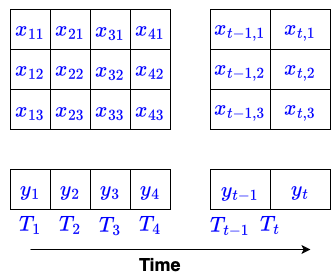
Before: DS/time_series/img/Time_series_1.png, a diagram exported from draw.io (lin-chen-DLA/lin-chen-DLA.github.io). Source tidied: cells renumbered, new cells last; positions are measured from the earlier drawing's top-left corner, leaving out a move shared by most shapes. Its diagram source:
```xml
<mxGraphModel math="1">
  <root>
    <mxCell id="0" />
    <mxCell id="1" parent="0" />
    <mxCell id="2" value="&lt;b style=&quot;caret-color: rgb(0, 0, 255); color: rgb(0, 0, 255); font-size: 18px;&quot;&gt;$$x_{11}$$&lt;/b&gt;" style="rounded=0;whiteSpace=wrap;html=1;" parent="1" vertex="1">
      <mxGeometry x="10" width="40" height="40" as="geometry" />
    </mxCell>
    <mxCell id="3" value="&lt;b style=&quot;caret-color: rgb(0, 0, 255); color: rgb(0, 0, 255); font-size: 18px;&quot;&gt;$$x_{12}$$&lt;/b&gt;" style="rounded=0;whiteSpace=wrap;html=1;" parent="1" vertex="1">
      <mxGeometry x="10" y="40" width="40" height="40" as="geometry" />
    </mxCell>
    <mxCell id="4" value="&lt;b style=&quot;caret-color: rgb(0, 0, 255); color: rgb(0, 0, 255); font-size: 18px;&quot;&gt;$$x_{13}$$&lt;/b&gt;" style="rounded=0;whiteSpace=wrap;html=1;" parent="1" vertex="1">
      <mxGeometry x="10" y="80" width="40" height="40" as="geometry" />
    </mxCell>
    <mxCell id="5" value="&lt;b style=&quot;caret-color: rgb(0, 0, 255); color: rgb(0, 0, 255); font-size: 18px;&quot;&gt;$$y_{1}$$&lt;/b&gt;" style="rounded=0;whiteSpace=wrap;html=1;" parent="1" vertex="1">
      <mxGeometry x="10" y="160" width="40" height="40" as="geometry" />
    </mxCell>
    <mxCell id="6" value="&lt;b style=&quot;caret-color: rgb(0, 0, 255); color: rgb(0, 0, 255); font-size: 18px;&quot;&gt;$$x_{21}$$&lt;/b&gt;" style="rounded=0;whiteSpace=wrap;html=1;" parent="1" vertex="1">
      <mxGeometry x="50" width="40" height="40" as="geometry" />
    </mxCell>
    <mxCell id="7" value="&lt;b style=&quot;caret-color: rgb(0, 0, 255); color: rgb(0, 0, 255); font-size: 18px;&quot;&gt;$$x_{22}$$&lt;/b&gt;" style="rounded=0;whiteSpace=wrap;html=1;" parent="1" vertex="1">
      <mxGeometry x="50" y="40" width="40" height="40" as="geometry" />
    </mxCell>
    <mxCell id="8" value="&lt;b style=&quot;caret-color: rgb(0, 0, 255); color: rgb(0, 0, 255); font-size: 18px;&quot;&gt;$$x_{23}$$&lt;/b&gt;" style="rounded=0;whiteSpace=wrap;html=1;" parent="1" vertex="1">
      <mxGeometry x="50" y="80" width="40" height="40" as="geometry" />
    </mxCell>
    <mxCell id="9" value="&lt;b style=&quot;caret-color: rgb(0, 0, 255); color: rgb(0, 0, 255); font-size: 18px;&quot;&gt;$$y_{2}$$&lt;/b&gt;" style="rounded=0;whiteSpace=wrap;html=1;" parent="1" vertex="1">
      <mxGeometry x="50" y="160" width="40" height="40" as="geometry" />
    </mxCell>
    <mxCell id="10" value="&lt;b style=&quot;caret-color: rgb(0, 0, 255); color: rgb(0, 0, 255); font-size: 18px;&quot;&gt;$$x_{31}$$&lt;/b&gt;" style="rounded=0;whiteSpace=wrap;html=1;" parent="1" vertex="1">
      <mxGeometry x="90" width="40" height="40" as="geometry" />
    </mxCell>
    <mxCell id="11" value="&lt;b style=&quot;caret-color: rgb(0, 0, 255); color: rgb(0, 0, 255); font-size: 18px;&quot;&gt;$$x_{32}$$&lt;/b&gt;" style="rounded=0;whiteSpace=wrap;html=1;" parent="1" vertex="1">
      <mxGeometry x="90" y="40" width="40" height="40" as="geometry" />
    </mxCell>
    <mxCell id="12" value="&lt;b style=&quot;caret-color: rgb(0, 0, 255); color: rgb(0, 0, 255); font-size: 18px;&quot;&gt;$$x_{33}$$&lt;/b&gt;" style="rounded=0;whiteSpace=wrap;html=1;" parent="1" vertex="1">
      <mxGeometry x="90" y="80" width="40" height="40" as="geometry" />
    </mxCell>
    <mxCell id="13" value="&lt;b style=&quot;caret-color: rgb(0, 0, 255); color: rgb(0, 0, 255); font-size: 18px;&quot;&gt;$$y_{3}$$&lt;/b&gt;" style="rounded=0;whiteSpace=wrap;html=1;" parent="1" vertex="1">
      <mxGeometry x="90" y="160" width="40" height="40" as="geometry" />
    </mxCell>
    <mxCell id="14" value="&lt;b style=&quot;caret-color: rgb(0, 0, 255); color: rgb(0, 0, 255); font-size: 18px;&quot;&gt;$$x_{41}$$&lt;/b&gt;" style="rounded=0;whiteSpace=wrap;html=1;" parent="1" vertex="1">
      <mxGeometry x="130" width="40" height="40" as="geometry" />
    </mxCell>
    <mxCell id="15" value="&lt;b style=&quot;caret-color: rgb(0, 0, 255); color: rgb(0, 0, 255); font-size: 18px;&quot;&gt;$$x_{42}$$&lt;/b&gt;" style="rounded=0;whiteSpace=wrap;html=1;" parent="1" vertex="1">
      <mxGeometry x="130" y="40" width="40" height="40" as="geometry" />
    </mxCell>
    <mxCell id="16" value="&lt;b style=&quot;caret-color: rgb(0, 0, 255); color: rgb(0, 0, 255); font-size: 18px;&quot;&gt;$$x_{43}$$&lt;/b&gt;" style="rounded=0;whiteSpace=wrap;html=1;" parent="1" vertex="1">
      <mxGeometry x="130" y="80" width="40" height="40" as="geometry" />
    </mxCell>
    <mxCell id="17" value="&lt;b style=&quot;caret-color: rgb(0, 0, 255); color: rgb(0, 0, 255); font-size: 18px;&quot;&gt;$$y_{4}$$&lt;/b&gt;" style="rounded=0;whiteSpace=wrap;html=1;" parent="1" vertex="1">
      <mxGeometry x="130" y="160" width="40" height="40" as="geometry" />
    </mxCell>
    <mxCell id="18" value="&lt;b style=&quot;caret-color: rgb(0, 0, 255); color: rgb(0, 0, 255); font-size: 18px;&quot;&gt;$$x_{t-1,1}$$&lt;/b&gt;" style="rounded=0;whiteSpace=wrap;html=1;" parent="1" vertex="1">
      <mxGeometry x="210" width="60" height="40" as="geometry" />
    </mxCell>
    <mxCell id="19" value="&lt;b style=&quot;caret-color: rgb(0, 0, 255); color: rgb(0, 0, 255); font-size: 18px;&quot;&gt;$$x_{t-1,2}$$&lt;/b&gt;" style="rounded=0;whiteSpace=wrap;html=1;" parent="1" vertex="1">
      <mxGeometry x="210" y="40" width="60" height="40" as="geometry" />
    </mxCell>
    <mxCell id="20" value="&lt;b style=&quot;caret-color: rgb(0, 0, 255); color: rgb(0, 0, 255); font-size: 18px;&quot;&gt;$$x_{t-1,3}$$&lt;/b&gt;" style="rounded=0;whiteSpace=wrap;html=1;" parent="1" vertex="1">
      <mxGeometry x="210" y="80" width="60" height="40" as="geometry" />
    </mxCell>
    <mxCell id="21" value="&lt;b style=&quot;caret-color: rgb(0, 0, 255); color: rgb(0, 0, 255); font-size: 18px;&quot;&gt;$$y_{t-1}$$&lt;/b&gt;" style="rounded=0;whiteSpace=wrap;html=1;" parent="1" vertex="1">
      <mxGeometry x="210" y="160" width="60" height="40" as="geometry" />
    </mxCell>
    <mxCell id="22" value="&lt;b style=&quot;caret-color: rgb(0, 0, 255); color: rgb(0, 0, 255); font-size: 18px;&quot;&gt;$$x_{t,1}$$&lt;/b&gt;" style="rounded=0;whiteSpace=wrap;html=1;" parent="1" vertex="1">
      <mxGeometry x="270" width="60" height="40" as="geometry" />
    </mxCell>
    <mxCell id="23" value="&lt;b style=&quot;caret-color: rgb(0, 0, 255); color: rgb(0, 0, 255); font-size: 18px;&quot;&gt;$$x_{t, 2}$$&lt;/b&gt;" style="rounded=0;whiteSpace=wrap;html=1;" parent="1" vertex="1">
      <mxGeometry x="270" y="40" width="60" height="40" as="geometry" />
    </mxCell>
    <mxCell id="24" value="&lt;b style=&quot;caret-color: rgb(0, 0, 255); color: rgb(0, 0, 255); font-size: 18px;&quot;&gt;$$x_{t,3}$$&lt;/b&gt;" style="rounded=0;whiteSpace=wrap;html=1;" parent="1" vertex="1">
      <mxGeometry x="270" y="80" width="60" height="40" as="geometry" />
    </mxCell>
    <mxCell id="25" value="&lt;b style=&quot;caret-color: rgb(0, 0, 255); color: rgb(0, 0, 255); font-size: 18px;&quot;&gt;$$y_{t}$$&lt;/b&gt;" style="rounded=0;whiteSpace=wrap;html=1;" parent="1" vertex="1">
      <mxGeometry x="270" y="160" width="60" height="40" as="geometry" />
    </mxCell>
    <mxCell id="26" style="endArrow=classic;html=1;rounded=0;" parent="1" edge="1">
      <mxGeometry relative="1" as="geometry">
        <mxPoint x="30" y="240" as="sourcePoint" />
        <mxPoint x="310" y="240" as="targetPoint" />
      </mxGeometry>
    </mxCell>
    <mxCell id="27" value="&lt;font style=&quot;font-size: 18px;&quot;&gt;&lt;b&gt;Time&lt;/b&gt;&lt;/font&gt;" style="text;html=1;align=center;verticalAlign=middle;whiteSpace=wrap;rounded=0;" parent="1" vertex="1">
      <mxGeometry x="130" y="240" width="60" height="30" as="geometry" />
    </mxCell>
    <mxCell id="28" value="&lt;font color=&quot;#0000ff&quot; style=&quot;font-size: 18px;&quot;&gt;&lt;b&gt;$$T_{1}$$&lt;/b&gt;&lt;/font&gt;" style="text;html=1;align=center;verticalAlign=middle;whiteSpace=wrap;rounded=0;" parent="1" vertex="1">
      <mxGeometry y="200" width="60" height="30" as="geometry" />
    </mxCell>
    <mxCell id="29" value="&lt;b style=&quot;caret-color: rgb(0, 0, 255); color: rgb(0, 0, 255); font-size: 18px;&quot;&gt;$$T_{2}$$&lt;/b&gt;" style="text;html=1;align=center;verticalAlign=middle;whiteSpace=wrap;rounded=0;" parent="1" vertex="1">
      <mxGeometry x="40" y="200" width="60" height="30" as="geometry" />
    </mxCell>
    <mxCell id="30" value="&lt;b style=&quot;caret-color: rgb(0, 0, 255); color: rgb(0, 0, 255); font-size: 18px;&quot;&gt;$$T_{3}$$&lt;/b&gt;" style="text;html=1;align=center;verticalAlign=middle;whiteSpace=wrap;rounded=0;" parent="1" vertex="1">
      <mxGeometry x="80" y="200" width="60" height="30" as="geometry" />
    </mxCell>
    <mxCell id="31" value="&lt;b style=&quot;caret-color: rgb(0, 0, 255); color: rgb(0, 0, 255); font-size: 18px;&quot;&gt;$$T_{4}$$&lt;/b&gt;" style="text;html=1;align=center;verticalAlign=middle;whiteSpace=wrap;rounded=0;" parent="1" vertex="1">
      <mxGeometry x="120" y="200" width="60" height="30" as="geometry" />
    </mxCell>
    <mxCell id="32" value="&lt;b style=&quot;caret-color: rgb(0, 0, 255); color: rgb(0, 0, 255); font-size: 18px;&quot;&gt;$$T_{t-1}$$&lt;/b&gt;" style="text;html=1;align=center;verticalAlign=middle;whiteSpace=wrap;rounded=0;" parent="1" vertex="1">
      <mxGeometry x="200" y="200" width="60" height="30" as="geometry" />
    </mxCell>
    <mxCell id="33" value="&lt;b style=&quot;caret-color: rgb(0, 0, 255); color: rgb(0, 0, 255); font-size: 18px;&quot;&gt;$$T_{t}$$&lt;/b&gt;" style="text;html=1;align=center;verticalAlign=middle;whiteSpace=wrap;rounded=0;" parent="1" vertex="1">
      <mxGeometry x="240" y="200" width="60" height="30" as="geometry" />
    </mxCell>
  </root>
</mxGraphModel>
```
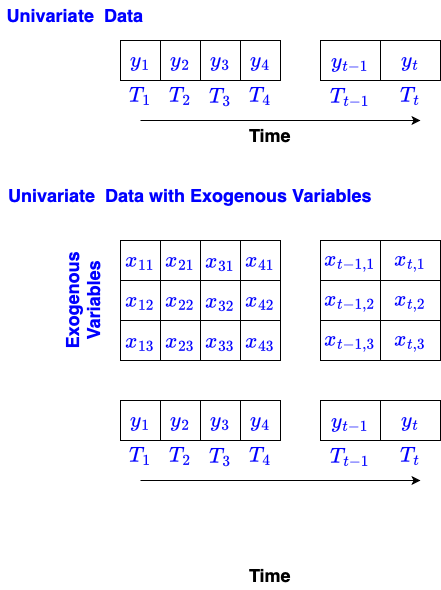
After the commit.

Change to the diagram source:
```diff
@@ -81,7 +81,7 @@
       </mxGeometry>
     </mxCell>
     <mxCell id="27" value="&lt;font style=&quot;font-size: 18px;&quot;&gt;&lt;b&gt;Time&lt;/b&gt;&lt;/font&gt;" style="text;html=1;align=center;verticalAlign=middle;whiteSpace=wrap;rounded=0;" parent="1" vertex="1">
-      <mxGeometry x="130" y="240" width="60" height="30" as="geometry" />
+      <mxGeometry x="130" y="320" width="60" height="30" as="geometry" />
     </mxCell>
     <mxCell id="28" value="&lt;font color=&quot;#0000ff&quot; style=&quot;font-size: 18px;&quot;&gt;&lt;b&gt;$$T_{1}$$&lt;/b&gt;&lt;/font&gt;" style="text;html=1;align=center;verticalAlign=middle;whiteSpace=wrap;rounded=0;" parent="1" vertex="1">
       <mxGeometry y="200" width="60" height="30" as="geometry" />
@@ -96,10 +96,64 @@
       <mxGeometry x="120" y="200" width="60" height="30" as="geometry" />
     </mxCell>
     <mxCell id="32" value="&lt;b style=&quot;caret-color: rgb(0, 0, 255); color: rgb(0, 0, 255); font-size: 18px;&quot;&gt;$$T_{t-1}$$&lt;/b&gt;" style="text;html=1;align=center;verticalAlign=middle;whiteSpace=wrap;rounded=0;" parent="1" vertex="1">
-      <mxGeometry x="200" y="200" width="60" height="30" as="geometry" />
+      <mxGeometry x="210" y="200" width="60" height="30" as="geometry" />
     </mxCell>
     <mxCell id="33" value="&lt;b style=&quot;caret-color: rgb(0, 0, 255); color: rgb(0, 0, 255); font-size: 18px;&quot;&gt;$$T_{t}$$&lt;/b&gt;" style="text;html=1;align=center;verticalAlign=middle;whiteSpace=wrap;rounded=0;" parent="1" vertex="1">
-      <mxGeometry x="240" y="200" width="60" height="30" as="geometry" />
+      <mxGeometry x="270" y="200" width="60" height="30" as="geometry" />
     </mxCell>
+    <mxCell id="34" value="Exogenous Variables" style="text;whiteSpace=wrap;fontSize=18;fontStyle=1;fontColor=#0000FF;align=center;rotation=-90;" parent="1" vertex="1">
+      <mxGeometry x="-80" y="40" width="90" height="40" as="geometry" />
+    </mxCell>
+    <mxCell id="35" value="&lt;b style=&quot;caret-color: rgb(0, 0, 255); color: rgb(0, 0, 255); font-size: 18px;&quot;&gt;$$y_{1}$$&lt;/b&gt;" style="rounded=0;whiteSpace=wrap;html=1;" parent="1" vertex="1">
+      <mxGeometry x="10" y="-200" width="40" height="40" as="geometry" />
+    </mxCell>
+    <mxCell id="36" value="&lt;b style=&quot;caret-color: rgb(0, 0, 255); color: rgb(0, 0, 255); font-size: 18px;&quot;&gt;$$y_{2}$$&lt;/b&gt;" style="rounded=0;whiteSpace=wrap;html=1;" parent="1" vertex="1">
+      <mxGeometry x="50" y="-200" width="40" height="40" as="geometry" />
+    </mxCell>
+    <mxCell id="37" value="&lt;b style=&quot;caret-color: rgb(0, 0, 255); color: rgb(0, 0, 255); font-size: 18px;&quot;&gt;$$y_{3}$$&lt;/b&gt;" style="rounded=0;whiteSpace=wrap;html=1;" parent="1" vertex="1">
+      <mxGeometry x="90" y="-200" width="40" height="40" as="geometry" />
+    </mxCell>
+    <mxCell id="38" value="&lt;b style=&quot;caret-color: rgb(0, 0, 255); color: rgb(0, 0, 255); font-size: 18px;&quot;&gt;$$y_{4}$$&lt;/b&gt;" style="rounded=0;whiteSpace=wrap;html=1;" parent="1" vertex="1">
+      <mxGeometry x="130" y="-200" width="40" height="40" as="geometry" />
+    </mxCell>
+    <mxCell id="39" value="&lt;b style=&quot;caret-color: rgb(0, 0, 255); color: rgb(0, 0, 255); font-size: 18px;&quot;&gt;$$y_{t-1}$$&lt;/b&gt;" style="rounded=0;whiteSpace=wrap;html=1;" parent="1" vertex="1">
+      <mxGeometry x="210" y="-200" width="60" height="40" as="geometry" />
+    </mxCell>
+    <mxCell id="40" value="&lt;b style=&quot;caret-color: rgb(0, 0, 255); color: rgb(0, 0, 255); font-size: 18px;&quot;&gt;$$y_{t}$$&lt;/b&gt;" style="rounded=0;whiteSpace=wrap;html=1;" parent="1" vertex="1">
+      <mxGeometry x="270" y="-200" width="60" height="40" as="geometry" />
+    </mxCell>
+    <mxCell id="41" style="endArrow=classic;html=1;rounded=0;" parent="1" edge="1">
+      <mxGeometry relative="1" as="geometry">
+        <mxPoint x="30" y="-120" as="sourcePoint" />
+        <mxPoint x="310" y="-120" as="targetPoint" />
+      </mxGeometry>
+    </mxCell>
+    <mxCell id="42" value="&lt;font style=&quot;font-size: 18px;&quot;&gt;&lt;b&gt;Time&lt;/b&gt;&lt;/font&gt;" style="text;html=1;align=center;verticalAlign=middle;whiteSpace=wrap;rounded=0;" parent="1" vertex="1">
+      <mxGeometry x="130" y="-120" width="60" height="30" as="geometry" />
+    </mxCell>
+    <mxCell id="43" value="&lt;font color=&quot;#0000ff&quot; style=&quot;font-size: 18px;&quot;&gt;&lt;b&gt;$$T_{1}$$&lt;/b&gt;&lt;/font&gt;" style="text;html=1;align=center;verticalAlign=middle;whiteSpace=wrap;rounded=0;" parent="1" vertex="1">
+      <mxGeometry y="-160" width="60" height="30" as="geometry" />
+    </mxCell>
+    <mxCell id="44" value="&lt;b style=&quot;caret-color: rgb(0, 0, 255); color: rgb(0, 0, 255); font-size: 18px;&quot;&gt;$$T_{2}$$&lt;/b&gt;" style="text;html=1;align=center;verticalAlign=middle;whiteSpace=wrap;rounded=0;" parent="1" vertex="1">
+      <mxGeometry x="40" y="-160" width="60" height="30" as="geometry" />
+    </mxCell>
+    <mxCell id="45" value="&lt;b style=&quot;caret-color: rgb(0, 0, 255); color: rgb(0, 0, 255); font-size: 18px;&quot;&gt;$$T_{3}$$&lt;/b&gt;" style="text;html=1;align=center;verticalAlign=middle;whiteSpace=wrap;rounded=0;" parent="1" vertex="1">
+      <mxGeometry x="80" y="-160" width="60" height="30" as="geometry" />
+    </mxCell>
+    <mxCell id="46" value="&lt;b style=&quot;caret-color: rgb(0, 0, 255); color: rgb(0, 0, 255); font-size: 18px;&quot;&gt;$$T_{4}$$&lt;/b&gt;" style="text;html=1;align=center;verticalAlign=middle;whiteSpace=wrap;rounded=0;" parent="1" vertex="1">
+      <mxGeometry x="120" y="-160" width="60" height="30" as="geometry" />
+    </mxCell>
+    <mxCell id="47" value="&lt;b style=&quot;caret-color: rgb(0, 0, 255); color: rgb(0, 0, 255); font-size: 18px;&quot;&gt;$$T_{t-1}$$&lt;/b&gt;" style="text;html=1;align=center;verticalAlign=middle;whiteSpace=wrap;rounded=0;" parent="1" vertex="1">
+      <mxGeometry x="210" y="-160" width="60" height="30" as="geometry" />
+    </mxCell>
+    <mxCell id="48" value="&lt;b style=&quot;caret-color: rgb(0, 0, 255); color: rgb(0, 0, 255); font-size: 18px;&quot;&gt;$$T_{t}$$&lt;/b&gt;" style="text;html=1;align=center;verticalAlign=middle;whiteSpace=wrap;rounded=0;" parent="1" vertex="1">
+      <mxGeometry x="270" y="-160" width="60" height="30" as="geometry" />
+    </mxCell>
+    <mxCell id="49" value="&lt;font color=&quot;#0000ff&quot; style=&quot;font-size: 18px;&quot;&gt;&lt;b&gt;Univariate &amp;nbsp;Data&lt;/b&gt;&lt;/font&gt;" style="text;html=1;align=center;verticalAlign=middle;whiteSpace=wrap;rounded=0;" parent="1" vertex="1">
+      <mxGeometry x="-110" y="-240" width="150" height="30" as="geometry" />
+    </mxCell>
+    <mxCell id="50" value="&lt;font color=&quot;#0000ff&quot; style=&quot;font-size: 18px;&quot;&gt;&lt;b&gt;Univariate &amp;nbsp;Data with Exogenous Variables&lt;/b&gt;&lt;/font&gt;" style="text;html=1;align=center;verticalAlign=middle;whiteSpace=wrap;rounded=0;" parent="1" vertex="1">
+      <mxGeometry x="-110" y="-60" width="380" height="30" as="geometry" />
+    </mxCell>
   </root>
 </mxGraphModel>
```
